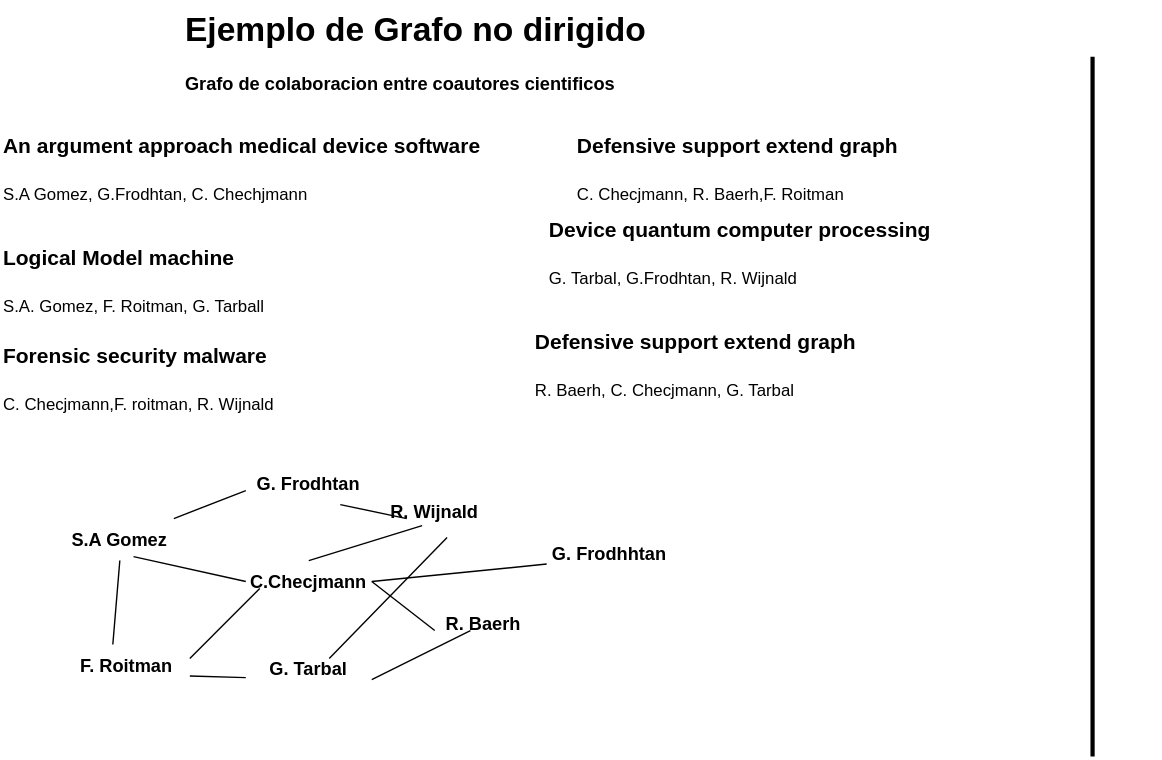
This is Estructura-de-datos/Grafos/ejemplo-grafo-nodir.drawio.svg from Nordcode-cyber/Algoritmos-Estructdatos, a draw.io export, as it was before one commit. Source tidied: cells renumbered, new cells last; positions are measured from the earlier drawing's top-left corner, leaving out a move shared by most shapes.
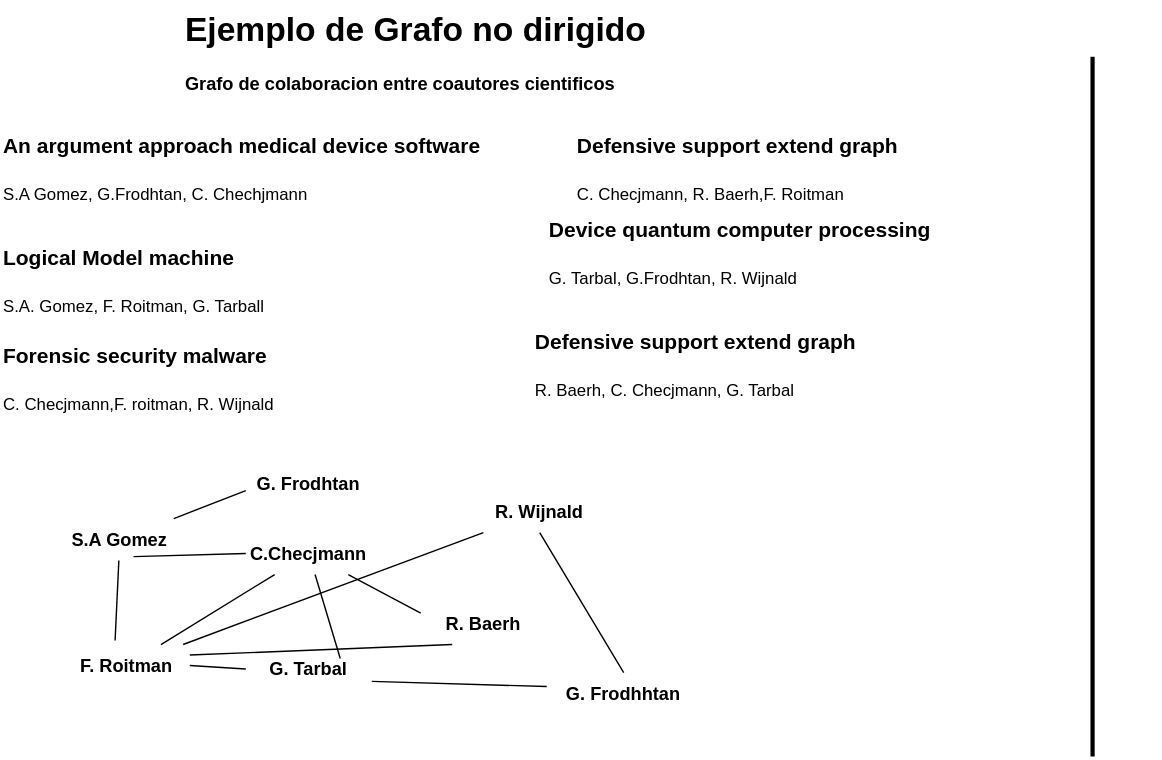
After the commit.

What changed in the source:
```diff
@@ -27,10 +27,10 @@
       <mxGeometry x="40" y="370" width="90" height="30" as="geometry" />
     </mxCell>
     <mxCell id="10" value="&lt;b&gt;&lt;font style=&quot;font-size: 13px;&quot;&gt;G. Frodhhtan&lt;/font&gt;&lt;/b&gt;" style="text;html=1;align=center;verticalAlign=middle;whiteSpace=wrap;rounded=0;" parent="1" vertex="1">
-      <mxGeometry x="390" y="380" width="90" height="30" as="geometry" />
+      <mxGeometry x="400" y="480" width="90" height="30" as="geometry" />
     </mxCell>
     <mxCell id="11" value="&lt;span style=&quot;font-size: 13px;&quot;&gt;&lt;b&gt;C.Checjmann&lt;/b&gt;&lt;/span&gt;" style="text;html=1;align=center;verticalAlign=middle;whiteSpace=wrap;rounded=0;" parent="1" vertex="1">
-      <mxGeometry x="175" y="400" width="90" height="30" as="geometry" />
+      <mxGeometry x="175" y="380" width="90" height="30" as="geometry" />
     </mxCell>
     <mxCell id="12" value="&lt;font style=&quot;font-size: 13px;&quot;&gt;&lt;b&gt;R. Baerh&lt;/b&gt;&lt;/font&gt;" style="text;html=1;align=center;verticalAlign=middle;whiteSpace=wrap;rounded=0;" parent="1" vertex="1">
       <mxGeometry x="300" y="430" width="90" height="30" as="geometry" />
@@ -45,7 +45,7 @@
       <mxGeometry x="175" y="330" width="90" height="30" as="geometry" />
     </mxCell>
     <mxCell id="16" value="&lt;b&gt;&lt;font style=&quot;font-size: 13px;&quot;&gt;R. Wijnald&lt;/font&gt;&lt;/b&gt;" style="text;html=1;align=center;verticalAlign=middle;whiteSpace=wrap;rounded=0;" parent="1" vertex="1">
-      <mxGeometry x="265" y="350" width="90" height="30" as="geometry" />
+      <mxGeometry x="340" y="350" width="90" height="30" as="geometry" />
     </mxCell>
     <mxCell id="17" style="endArrow=none;html=1;" parent="1" edge="1" source="9">
       <mxGeometry relative="1" as="geometry">
@@ -55,47 +55,40 @@
     <mxCell id="18" style="endArrow=none;html=1;entryX=0.609;entryY=0.907;entryDx=0;entryDy=0;entryPerimeter=0;exitX=0;exitY=0.5;exitDx=0;exitDy=0;" parent="1" edge="1" source="11" target="9">
       <mxGeometry relative="1" as="geometry" />
     </mxCell>
-    <mxCell id="19" style="endArrow=none;html=1;exitX=1;exitY=0.5;exitDx=0;exitDy=0;entryX=0.111;entryY=0.667;entryDx=0;entryDy=0;entryPerimeter=0;" parent="1" edge="1" source="11" target="12">
-      <mxGeometry relative="1" as="geometry" />
-    </mxCell>
-    <mxCell id="20" style="endArrow=none;html=1;" parent="1" edge="1">
-      <mxGeometry relative="1" as="geometry">
-        <mxPoint x="135" y="470" as="sourcePoint" />
-        <mxPoint x="185" y="420" as="targetPoint" />
-      </mxGeometry>
-    </mxCell>
-    <mxCell id="21" style="endArrow=none;html=1;entryX=0.5;entryY=1;entryDx=0;entryDy=0;" parent="1" edge="1" target="9">
-      <mxGeometry relative="1" as="geometry">
-        <mxPoint x="80" y="460" as="sourcePoint" />
-      </mxGeometry>
-    </mxCell>
+    <mxCell id="28" style="endArrow=none;html=1;strokeWidth=3;" parent="1" edge="1">
+      <mxGeometry relative="1" as="geometry">
+        <mxPoint x="780" y="540" as="sourcePoint" />
+        <mxPoint x="780" y="40" as="targetPoint" />
+      </mxGeometry>
+    </mxCell>
+    <mxCell id="29" style="endArrow=none;html=1;exitX=0.407;exitY=-0.098;exitDx=0;exitDy=0;exitPerimeter=0;" parent="1" edge="1" source="13" target="9">
+      <mxGeometry relative="1" as="geometry" />
+    </mxCell>
-    <mxCell id="22" style="endArrow=none;html=1;exitX=1;exitY=0.75;exitDx=0;exitDy=0;" parent="1" edge="1" source="13" target="14">
+    <mxCell id="22" style="endArrow=none;html=1;entryX=0;entryY=0.25;entryDx=0;entryDy=0;exitX=1;exitY=0.5;exitDx=0;exitDy=0;" parent="1" edge="1" source="13" target="14">
       <mxGeometry relative="1" as="geometry" />
     </mxCell>
-    <mxCell id="23" style="endArrow=none;html=1;entryX=0.75;entryY=1;entryDx=0;entryDy=0;exitX=0.278;exitY=0.667;exitDx=0;exitDy=0;exitPerimeter=0;" parent="1" edge="1" source="16" target="15">
-      <mxGeometry relative="1" as="geometry" />
-    </mxCell>
-    <mxCell id="24" style="endArrow=none;html=1;entryX=0.598;entryY=1.12;entryDx=0;entryDy=0;entryPerimeter=0;" parent="1" edge="1" source="14" target="16">
-      <mxGeometry relative="1" as="geometry" />
-    </mxCell>
-    <mxCell id="25" style="endArrow=none;html=1;entryX=0;entryY=0.75;entryDx=0;entryDy=0;exitX=1;exitY=0.5;exitDx=0;exitDy=0;" parent="1" edge="1" source="11" target="10">
-      <mxGeometry relative="1" as="geometry" />
-    </mxCell>
-    <mxCell id="26" style="endArrow=none;html=1;exitX=0.5;exitY=0;exitDx=0;exitDy=0;" parent="1" edge="1" source="11">
-      <mxGeometry relative="1" as="geometry">
-        <mxPoint x="301" y="375" as="targetPoint" />
-      </mxGeometry>
-    </mxCell>
-    <mxCell id="27" style="endArrow=none;html=1;exitX=1;exitY=0.5;exitDx=0;exitDy=0;" parent="1" edge="1" source="14">
-      <mxGeometry relative="1" as="geometry">
-        <mxPoint x="335.5" y="450" as="targetPoint" />
-      </mxGeometry>
-    </mxCell>
-    <mxCell id="28" style="endArrow=none;html=1;strokeWidth=3;" parent="1" edge="1">
-      <mxGeometry relative="1" as="geometry">
-        <mxPoint x="780" y="540" as="sourcePoint" />
-        <mxPoint x="780" y="40" as="targetPoint" />
-      </mxGeometry>
-    </mxCell>
+    <mxCell id="30" style="endArrow=none;html=1;" parent="1" edge="1" source="11" target="13">
+      <mxGeometry relative="1" as="geometry" />
+    </mxCell>
+    <mxCell id="31" style="endArrow=none;html=1;" parent="1" edge="1" source="13" target="16">
+      <mxGeometry relative="1" as="geometry" />
+    </mxCell>
+    <mxCell id="32" style="endArrow=none;html=1;exitX=0;exitY=0.25;exitDx=0;exitDy=0;" parent="1" edge="1" source="12" target="11">
+      <mxGeometry relative="1" as="geometry" />
+    </mxCell>
+    <mxCell id="33" style="endArrow=none;html=1;exitX=1;exitY=0.25;exitDx=0;exitDy=0;entryX=0.25;entryY=1;entryDx=0;entryDy=0;" parent="1" edge="1" source="13" target="12">
+      <mxGeometry relative="1" as="geometry" />
+    </mxCell>
+    <mxCell id="34" style="endArrow=none;html=1;" parent="1" edge="1" source="14">
+      <mxGeometry relative="1" as="geometry">
+        <mxPoint x="390" y="490" as="targetPoint" />
+      </mxGeometry>
+    </mxCell>
+    <mxCell id="35" style="endArrow=none;html=1;exitX=0.5;exitY=0;exitDx=0;exitDy=0;entryX=0.5;entryY=1;entryDx=0;entryDy=0;" parent="1" edge="1" source="10" target="16">
+      <mxGeometry relative="1" as="geometry" />
+    </mxCell>
+    <mxCell id="36" style="endArrow=none;html=1;exitX=0.75;exitY=0;exitDx=0;exitDy=0;" parent="1" edge="1" source="14" target="11">
+      <mxGeometry relative="1" as="geometry" />
+    </mxCell>
   </root>
 </mxGraphModel>
```
